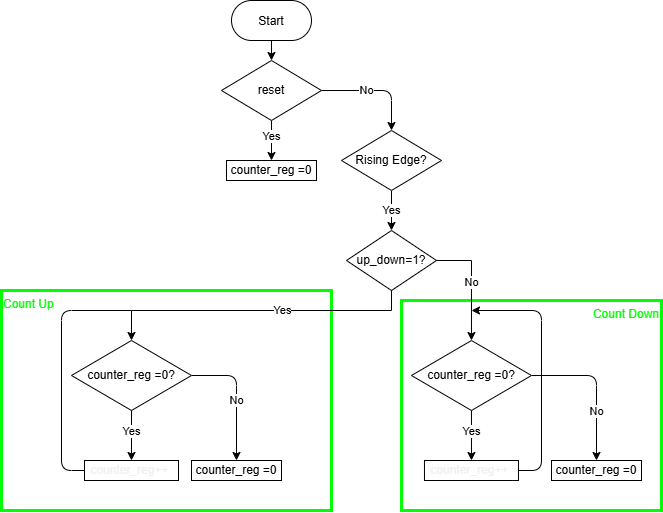
Above: 1/img/AOV.png in gordonpow/lab_hardware_test (draw.io), before the change. Source tidied: cells renumbered, new cells last; positions are measured from the earlier drawing's top-left corner, leaving out a move shared by most shapes.
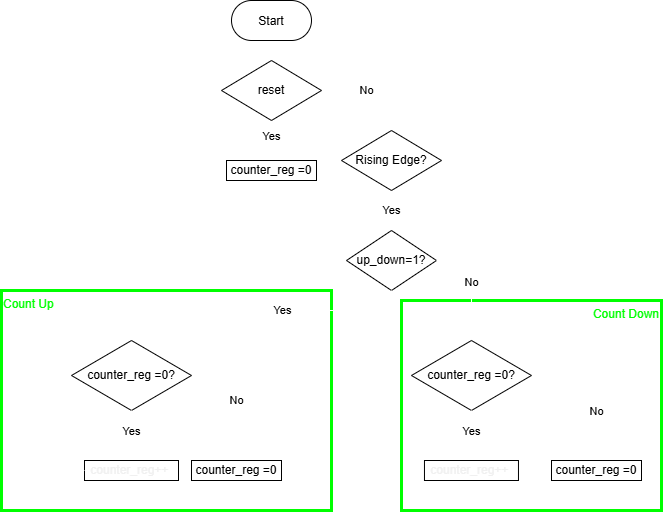
After the commit.

The edit, as a diff of the source:
```diff
@@ -8,13 +8,13 @@
     <mxCell id="3" value="&lt;font color=&quot;#00ff00&quot;&gt;Count Up&lt;/font&gt;" style="rounded=0;whiteSpace=wrap;html=1;labelBackgroundColor=none;fillColor=none;strokeWidth=3;align=left;strokeColor=#00FF00;horizontal=1;verticalAlign=top;" parent="1" vertex="1">
       <mxGeometry y="290" width="330" height="220" as="geometry" />
     </mxCell>
-    <mxCell id="4" style="edgeStyle=none;html=1;exitX=0.5;exitY=1;exitDx=0;exitDy=0;entryX=0.5;entryY=0;entryDx=0;entryDy=0;" parent="1" edge="1" source="5" target="25">
+    <mxCell id="4" style="edgeStyle=none;html=1;exitX=0.5;exitY=1;exitDx=0;exitDy=0;entryX=0.5;entryY=0;entryDx=0;entryDy=0;strokeColor=#FFFFFF;" parent="1" edge="1" source="5" target="25">
       <mxGeometry relative="1" as="geometry" />
     </mxCell>
     <mxCell id="5" value="Start" style="rounded=1;arcSize=50;" parent="1" vertex="1">
       <mxGeometry x="230" width="80" height="40" as="geometry" />
     </mxCell>
-    <mxCell id="6" style="html=1;exitX=0.5;exitY=1;exitDx=0;exitDy=0;entryX=0.5;entryY=0;entryDx=0;entryDy=0;" parent="1" edge="1" source="8" target="9">
+    <mxCell id="6" style="html=1;exitX=0.5;exitY=1;exitDx=0;exitDy=0;entryX=0.5;entryY=0;entryDx=0;entryDy=0;strokeColor=#FFFFFF;" parent="1" edge="1" source="8" target="9">
       <mxGeometry relative="1" as="geometry" />
     </mxCell>
     <mxCell id="7" value="Yes" style="edgeLabel;html=1;align=center;verticalAlign=middle;" parent="6" vertex="1">
@@ -28,7 +28,7 @@
     <mxCell id="9" value="up_down=1?" style="rhombus;whiteSpace=wrap;html=1;" parent="1" vertex="1">
       <mxGeometry x="345" y="230" width="90" height="60" as="geometry" />
     </mxCell>
-    <mxCell id="10" value="Yes" style="edgeStyle=orthogonalEdgeStyle;rounded=0;jettySize=auto;html=1;exitX=0.5;exitY=1;exitDx=0;exitDy=0;entryX=0.5;entryY=0;entryDx=0;entryDy=0;" parent="1" edge="1" source="9" target="14">
+    <mxCell id="10" value="Yes" style="edgeStyle=orthogonalEdgeStyle;rounded=0;jettySize=auto;html=1;exitX=0.5;exitY=1;exitDx=0;exitDy=0;entryX=0.5;entryY=0;entryDx=0;entryDy=0;strokeColor=#FFFFFF;" parent="1" edge="1" source="9" target="14">
       <mxGeometry x="-0.17" relative="1" as="geometry">
         <Array as="points">
           <mxPoint x="390" y="310" />
@@ -36,14 +36,14 @@
         </Array>
       </mxGeometry>
     </mxCell>
-    <mxCell id="11" value="No" style="edgeStyle=orthogonalEdgeStyle;rounded=0;jettySize=auto;html=1;exitX=1;exitY=0.5;exitDx=0;exitDy=0;entryX=0.5;entryY=0;entryDx=0;entryDy=0;" parent="1" edge="1" source="9" target="28">
+    <mxCell id="11" value="No" style="edgeStyle=orthogonalEdgeStyle;rounded=0;jettySize=auto;html=1;exitX=1;exitY=0.5;exitDx=0;exitDy=0;entryX=0.5;entryY=0;entryDx=0;entryDy=0;strokeColor=#FFFFFF;" parent="1" edge="1" source="9" target="28">
       <mxGeometry relative="1" as="geometry">
         <Array as="points">
           <mxPoint x="470" y="260" />
         </Array>
       </mxGeometry>
     </mxCell>
-    <mxCell id="12" style="edgeStyle=none;html=1;exitX=1;exitY=0.5;exitDx=0;exitDy=0;entryX=0.5;entryY=0;entryDx=0;entryDy=0;" parent="1" edge="1" source="14" target="18">
+    <mxCell id="12" style="edgeStyle=none;html=1;exitX=1;exitY=0.5;exitDx=0;exitDy=0;entryX=0.5;entryY=0;entryDx=0;entryDy=0;strokeColor=#FFFFFF;" parent="1" edge="1" source="14" target="18">
       <mxGeometry relative="1" as="geometry">
         <Array as="points">
           <mxPoint x="235" y="375" />
@@ -59,7 +59,7 @@
     <mxCell id="15" value="&lt;span style=&quot;color: rgb(240, 240, 240); font-family: Helvetica; font-size: 12px; font-style: normal; font-variant-ligatures: normal; font-variant-caps: normal; font-weight: 400; letter-spacing: normal; orphans: 2; text-align: center; text-indent: 0px; text-transform: none; widows: 2; word-spacing: 0px; -webkit-text-stroke-width: 0px; text-decoration-thickness: initial; text-decoration-style: initial; text-decoration-color: initial; float: none; display: inline !important;&quot;&gt;counter_reg++&amp;nbsp;&lt;/span&gt;" style="rounded=0;whiteSpace=wrap;html=1;" parent="1" vertex="1">
       <mxGeometry x="83" y="460" width="94" height="20" as="geometry" />
     </mxCell>
-    <mxCell id="16" style="endArrow=classic;html=1;exitX=0.5;exitY=1;exitDx=0;exitDy=0;entryX=0.5;entryY=0;entryDx=0;entryDy=0;" parent="1" edge="1" source="14" target="15">
+    <mxCell id="16" style="endArrow=classic;html=1;exitX=0.5;exitY=1;exitDx=0;exitDy=0;entryX=0.5;entryY=0;entryDx=0;entryDy=0;strokeColor=#FFFFFF;" parent="1" edge="1" source="14" target="15">
       <mxGeometry relative="1" as="geometry" />
     </mxCell>
     <mxCell id="17" value="Yes" style="edgeLabel;html=1;align=center;verticalAlign=middle;" parent="16" vertex="1">
@@ -70,7 +70,7 @@
     <mxCell id="18" value="counter_reg =0" style="rounded=0;whiteSpace=wrap;html=1;" parent="1" vertex="1">
       <mxGeometry x="190" y="460" width="90" height="20" as="geometry" />
     </mxCell>
-    <mxCell id="19" style="endArrow=none;html=1;entryX=0;entryY=0.5;entryDx=0;entryDy=0;edgeStyle=orthogonalEdgeStyle;" parent="1" edge="1" target="15">
+    <mxCell id="19" style="endArrow=none;html=1;entryX=0;entryY=0.5;entryDx=0;entryDy=0;edgeStyle=orthogonalEdgeStyle;strokeColor=#FFFFFF;" parent="1" edge="1" target="15">
       <mxGeometry relative="1" as="geometry">
         <mxPoint x="130" y="310" as="sourcePoint" />
         <Array as="points">
@@ -82,13 +82,13 @@
     <mxCell id="20" value="counter_reg =0" style="rounded=0;whiteSpace=wrap;html=1;" parent="1" vertex="1">
       <mxGeometry x="225" y="160" width="90" height="20" as="geometry" />
     </mxCell>
-    <mxCell id="21" style="edgeStyle=none;html=1;exitX=0.5;exitY=1;exitDx=0;exitDy=0;entryX=0.5;entryY=0;entryDx=0;entryDy=0;" parent="1" edge="1" source="25" target="20">
+    <mxCell id="21" style="edgeStyle=none;html=1;exitX=0.5;exitY=1;exitDx=0;exitDy=0;entryX=0.5;entryY=0;entryDx=0;entryDy=0;strokeColor=#FFFFFF;" parent="1" edge="1" source="25" target="20">
       <mxGeometry relative="1" as="geometry" />
     </mxCell>
     <mxCell id="22" value="Yes" style="edgeLabel;html=1;align=center;verticalAlign=middle;" parent="21" vertex="1">
       <mxGeometry x="-0.22" relative="1" as="geometry" />
     </mxCell>
-    <mxCell id="23" style="edgeStyle=none;html=1;exitX=1;exitY=0.5;exitDx=0;exitDy=0;entryX=0.5;entryY=0;entryDx=0;entryDy=0;" parent="1" edge="1" source="25" target="8">
+    <mxCell id="23" style="edgeStyle=none;html=1;exitX=1;exitY=0.5;exitDx=0;exitDy=0;entryX=0.5;entryY=0;entryDx=0;entryDy=0;strokeColor=#FFFFFF;" parent="1" edge="1" source="25" target="8">
       <mxGeometry relative="1" as="geometry">
         <Array as="points">
           <mxPoint x="390" y="90" />
@@ -101,7 +101,7 @@
     <mxCell id="25" value="reset" style="rhombus;whiteSpace=wrap;html=1;" parent="1" vertex="1">
       <mxGeometry x="220" y="60" width="100" height="60" as="geometry" />
     </mxCell>
-    <mxCell id="26" style="edgeStyle=none;html=1;exitX=1;exitY=0.5;exitDx=0;exitDy=0;entryX=0.5;entryY=0;entryDx=0;entryDy=0;" parent="1" edge="1" source="28" target="33">
+    <mxCell id="26" style="edgeStyle=none;html=1;exitX=1;exitY=0.5;exitDx=0;exitDy=0;entryX=0.5;entryY=0;entryDx=0;entryDy=0;strokeColor=#FFFFFF;" parent="1" edge="1" source="28" target="33">
       <mxGeometry relative="1" as="geometry">
         <Array as="points">
           <mxPoint x="595" y="375" />
@@ -114,7 +114,7 @@
     <mxCell id="28" value="counter_reg =0?" style="rhombus;whiteSpace=wrap;html=1;" parent="1" vertex="1">
       <mxGeometry x="410" y="340" width="120" height="70" as="geometry" />
     </mxCell>
-    <mxCell id="29" style="edgeStyle=none;html=1;exitX=1;exitY=0.5;exitDx=0;exitDy=0;" parent="1" edge="1" source="30">
+    <mxCell id="29" style="edgeStyle=none;html=1;exitX=1;exitY=0.5;exitDx=0;exitDy=0;strokeColor=#FFFFFF;" parent="1" edge="1" source="30">
       <mxGeometry relative="1" as="geometry">
         <mxPoint x="470" y="310" as="targetPoint" />
         <Array as="points">
@@ -126,7 +126,7 @@
     <mxCell id="30" value="&lt;span style=&quot;color: rgb(240, 240, 240); font-family: Helvetica; font-size: 12px; font-style: normal; font-variant-ligatures: normal; font-variant-caps: normal; font-weight: 400; letter-spacing: normal; orphans: 2; text-align: center; text-indent: 0px; text-transform: none; widows: 2; word-spacing: 0px; -webkit-text-stroke-width: 0px; text-decoration-thickness: initial; text-decoration-style: initial; text-decoration-color: initial; float: none; display: inline !important;&quot;&gt;counter_reg++&amp;nbsp;&lt;/span&gt;" style="rounded=0;whiteSpace=wrap;html=1;" parent="1" vertex="1">
       <mxGeometry x="423" y="460" width="94" height="20" as="geometry" />
     </mxCell>
-    <mxCell id="31" style="endArrow=classic;html=1;exitX=0.5;exitY=1;exitDx=0;exitDy=0;entryX=0.5;entryY=0;entryDx=0;entryDy=0;" parent="1" edge="1" source="28" target="30">
+    <mxCell id="31" style="endArrow=classic;html=1;exitX=0.5;exitY=1;exitDx=0;exitDy=0;entryX=0.5;entryY=0;entryDx=0;entryDy=0;strokeColor=#FFFFFF;" parent="1" edge="1" source="28" target="30">
       <mxGeometry relative="1" as="geometry" />
     </mxCell>
     <mxCell id="32" value="Yes" style="edgeLabel;html=1;align=center;verticalAlign=middle;" parent="31" vertex="1">
```
